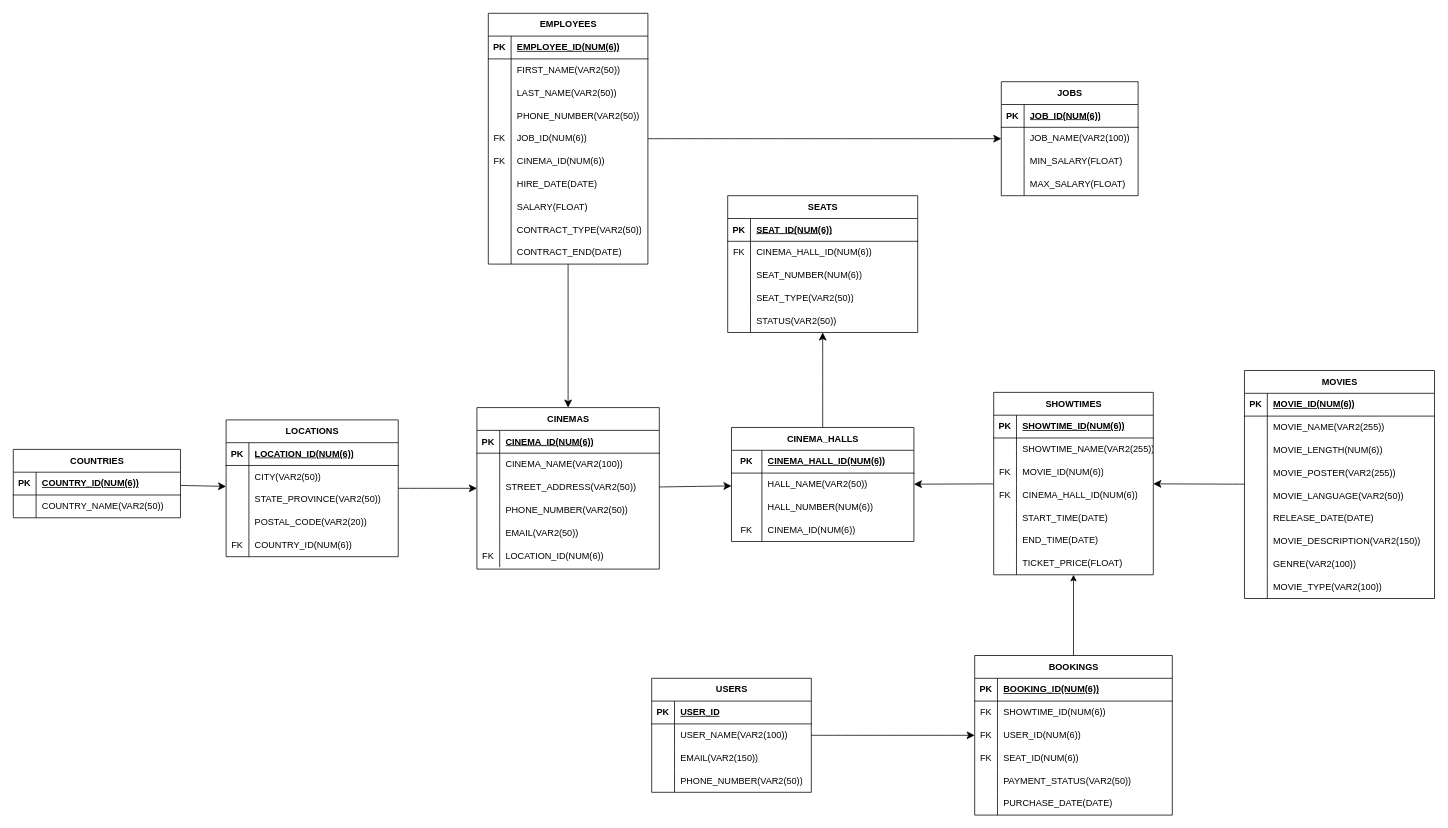
Earlier version of the draw.io diagram cinema_db_schema.drawio (fenqyy/ZSBD_Projekt). Source tidied: cells renumbered, new cells numbered last; positions are measured from the earlier drawing's top-left corner, leaving out a move shared by most shapes. Both pictures are drawn from the tidied source at 76%, with x=0, y=0 at pixel (13, 13).
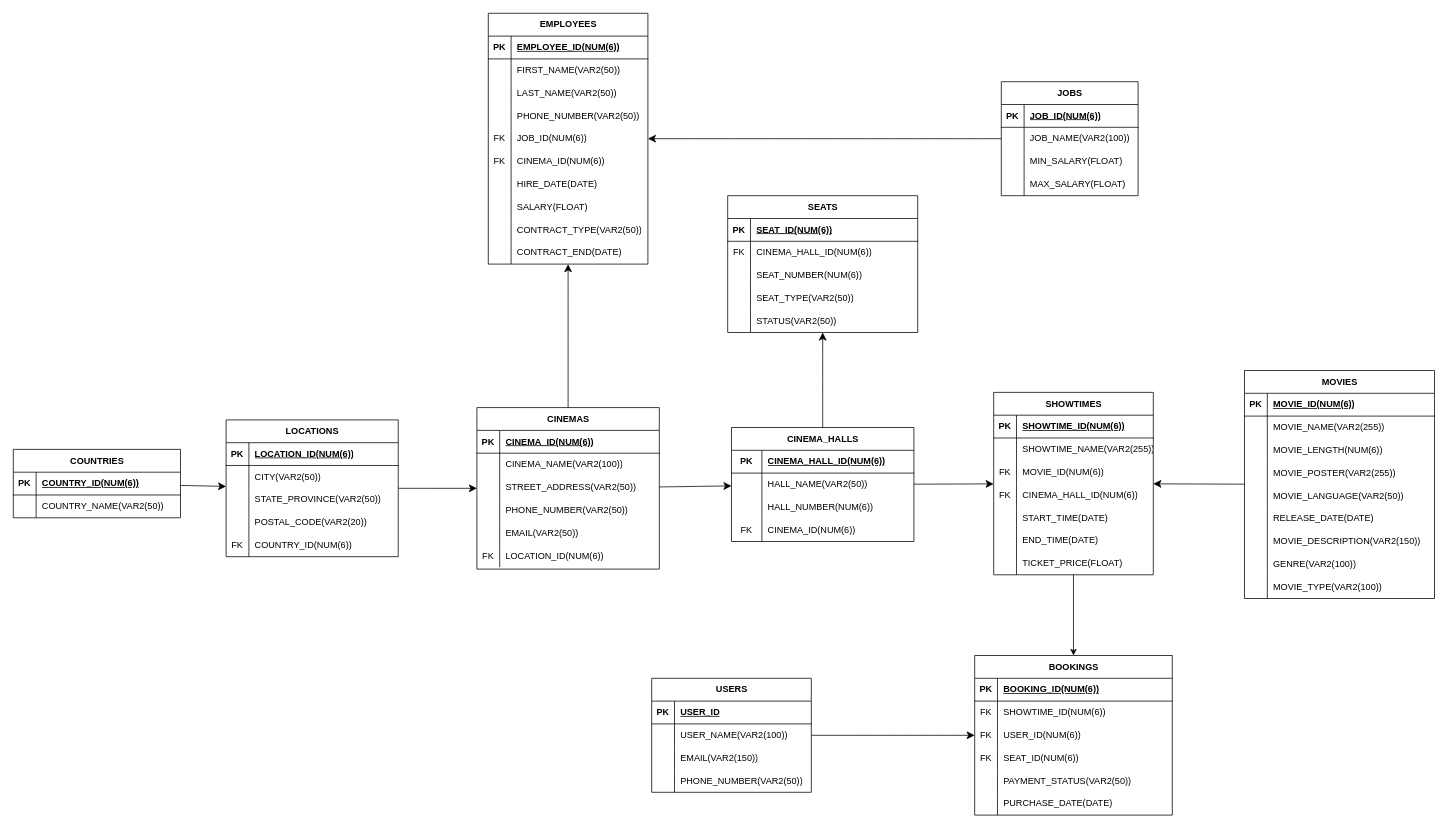
The same diagram, later.

Commit message:
changed connection directions between tables

Unchanged cells that the change refers to:
```xml
<mxCell id="25" value="JOBS" style="shape=table;startSize=30;childLayout=tableLayout;rowLines=0;fontStyle=1;align=center;html=1;" parent="1" vertex="1">
  <mxGeometry x="1300" y="90" width="180" height="150" as="geometry" />
</mxCell>
<mxCell id="38" value="CINEMAS" style="shape=table;startSize=30;childLayout=tableLayout;rowLines=0;fontStyle=1;align=center;html=1;" parent="1" vertex="1">
  <mxGeometry x="610" y="518.8" width="240" height="212.5" as="geometry" />
</mxCell>
<mxCell id="57" value="SHOWTIMES" style="shape=table;startSize=30;childLayout=tableLayout;rowLines=0;fontStyle=1;align=center;html=1;" parent="1" vertex="1">
  <mxGeometry x="1290" y="498.8" width="210" height="240" as="geometry" />
</mxCell>
<mxCell id="123" value="CINEMA_HALLS" style="shape=table;startSize=30;childLayout=tableLayout;rowLines=0;fontStyle=1;align=center;html=1;" parent="1" vertex="1">
  <mxGeometry x="945" y="545" width="240" height="150" as="geometry" />
</mxCell>
<mxCell id="136" value="BOOKINGS" style="shape=table;startSize=30;childLayout=tableLayout;rowLines=0;fontStyle=1;align=center;html=1;" parent="1" vertex="1">
  <mxGeometry x="1265" y="845" width="260" height="210" as="geometry" />
</mxCell>
<mxCell id="181" value="EMPLOYEES" style="shape=table;startSize=30;childLayout=tableLayout;rowLines=0;fontStyle=1;align=center;html=1;" parent="1" vertex="1">
  <mxGeometry x="625" width="210" height="330" as="geometry" />
</mxCell>
```

Diff of the diagram source:
```diff
@@
-    <mxCell id="174" style="endArrow=classic;html=1;rounded=0;fontSize=12;startSize=8;endSize=8;curved=1;" parent="1" edge="1" source="57" target="123">
+    <mxCell id="174" style="endArrow=classic;html=1;rounded=0;fontSize=12;startSize=8;endSize=8;curved=1;" parent="1" edge="1" source="123" target="57">
       <mxGeometry relative="1" as="geometry" />
     </mxCell>
-    <mxCell id="175" style="endArrow=classic;html=1;rounded=0;fontSize=12;startSize=8;endSize=8;curved=1;" parent="1" edge="1" source="181" target="38">
+    <mxCell id="175" style="endArrow=classic;html=1;rounded=0;fontSize=12;startSize=8;endSize=8;curved=1;" parent="1" edge="1" source="38" target="181">
       <mxGeometry relative="1" as="geometry" />
     </mxCell>
-    <mxCell id="176" style="endArrow=classic;html=1;rounded=0;fontSize=12;startSize=8;endSize=8;curved=1;" parent="1" edge="1" source="181" target="25">
+    <mxCell id="176" style="endArrow=classic;html=1;rounded=0;fontSize=12;startSize=8;endSize=8;curved=1;" parent="1" edge="1" source="25" target="181">
       <mxGeometry relative="1" as="geometry" />
     </mxCell>
@@
-    <mxCell id="180" style="endArrow=classic;html=1;rounded=0;" parent="1" edge="1" source="136" target="57">
+    <mxCell id="180" style="endArrow=classic;html=1;rounded=0;" parent="1" edge="1" source="57" target="136">
       <mxGeometry relative="1" as="geometry" />
     </mxCell>
```
